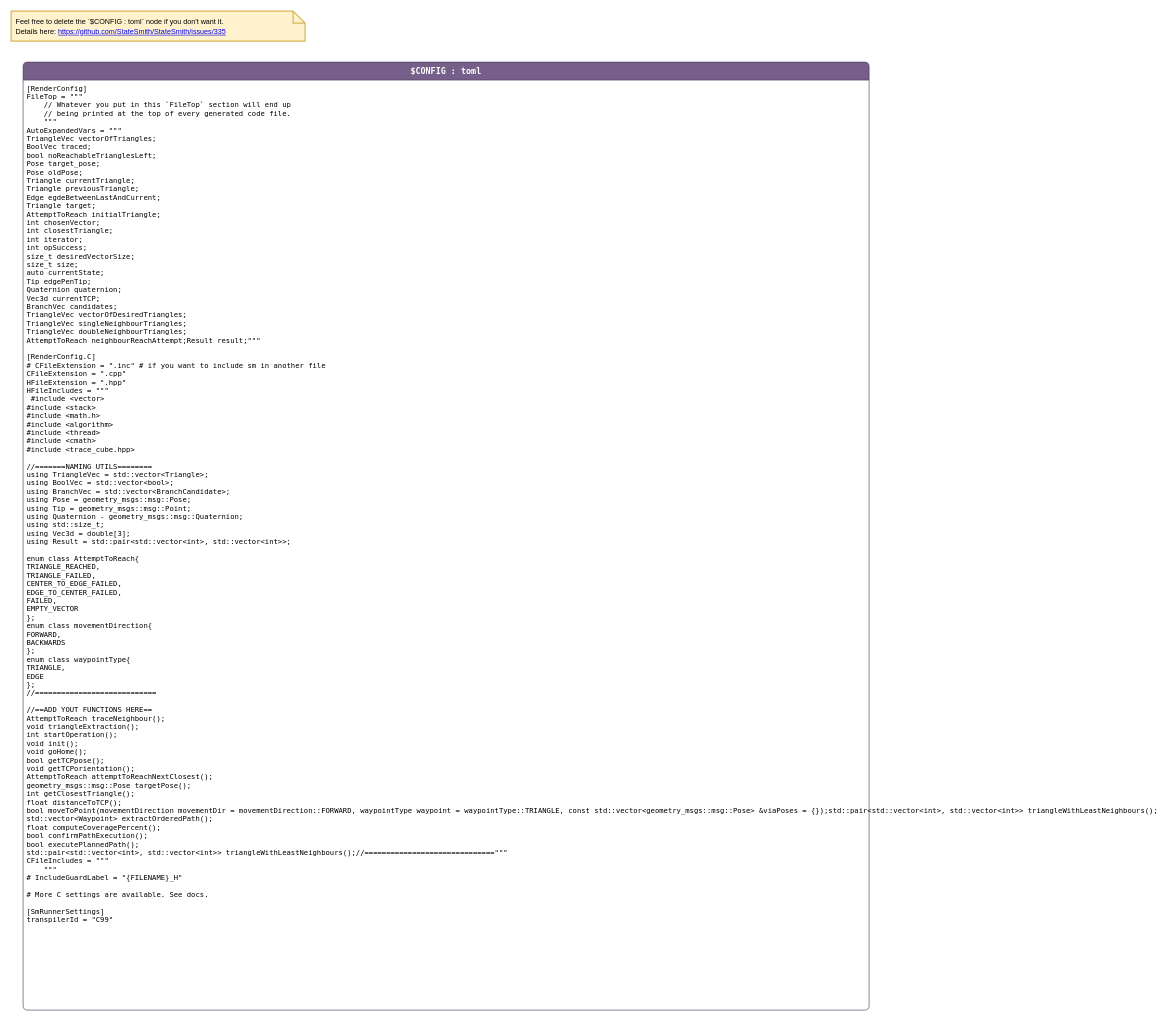
shauryachanana/ur5e_surface_path keeps this draw.io diagram as page "config" (2 of 3) of stateMachineIKU/tracingStateMachine.drawio. Above is the earlier version. Source tidied: cells renumbered, new cells numbered last; positions are measured from the earlier drawing's top-left corner, leaving out a move shared by most shapes. Both pictures are drawn from the tidied source at 60%, with x=0, y=0 at pixel (11, 11).
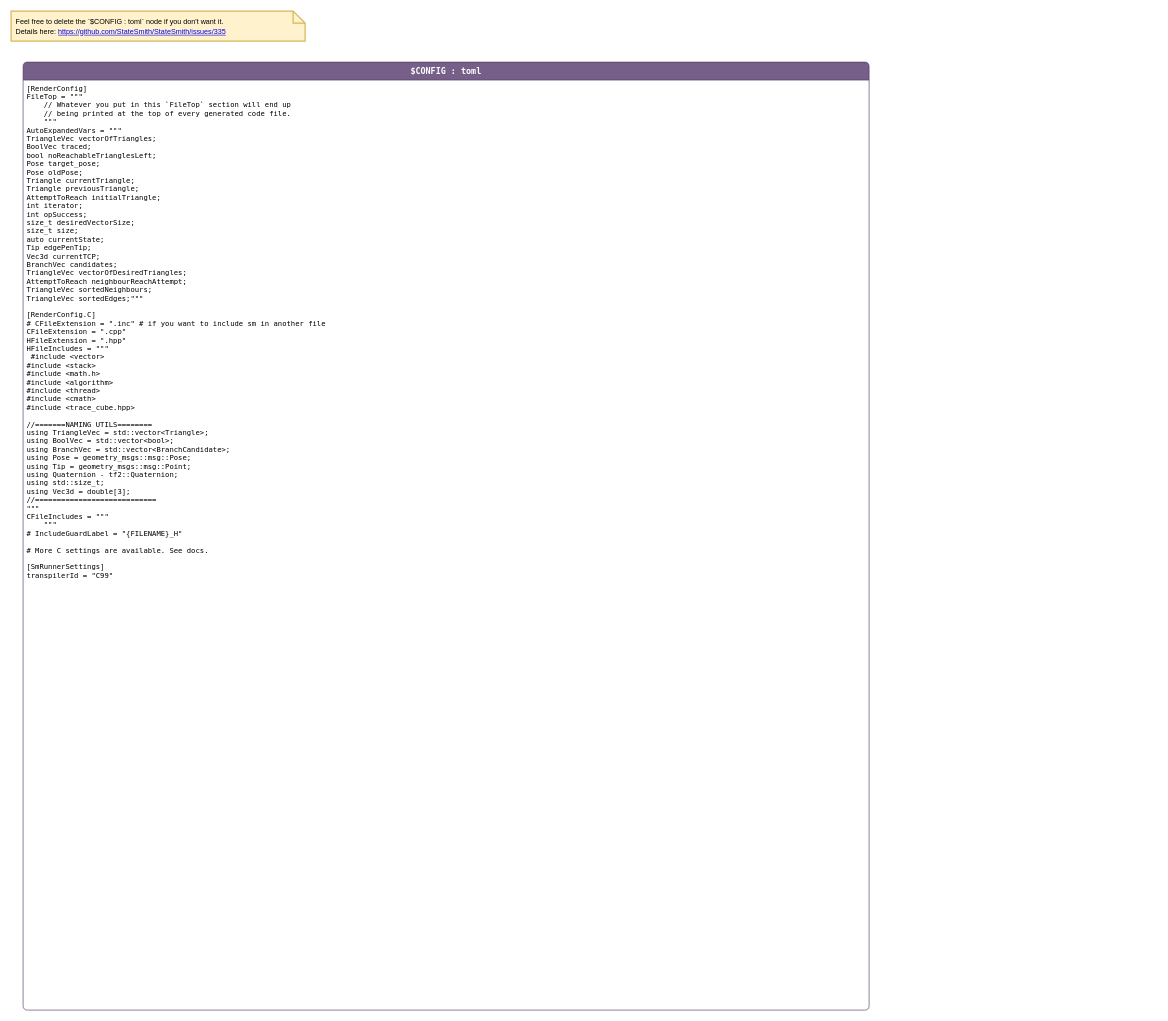
After the change.

Commit message (it also covers changes not shown here):
refactor: wip code changes to original files

Diff of the diagram source:
```diff
@@
 <mxGraphModel>
   <root>
     <mxCell id="0" />
     <mxCell id="1" parent="0" />
     <mxCell id="2" value="$CONFIG : toml" style="shape=swimlane;align=center;verticalAlign=top;fontFamily=Lucida Console;startSize=30;fontSize=14;fontStyle=1;swimlaneFillColor=default;rounded=1;arcSize=15;absoluteArcSize=1;fillColor=#76608a;strokeColor=#432D57;fontColor=#ffffff;" parent="1" vertex="1">
       <mxGeometry x="20" y="85" width="1410" height="1580" as="geometry" />
     </mxCell>
-    <mxCell id="3" value="[RenderConfig]&#10;FileTop = &quot;&quot;&quot;&#10;    // Whatever you put in this `FileTop` section will end up &#10;    // being printed at the top of every generated code file.&#10;    &quot;&quot;&quot;&#10;AutoExpandedVars = &quot;&quot;&quot;&#10;TriangleVec vectorOfTriangles; &#10;    BoolVec traced; &#10;bool noReachableTrianglesLeft;&#10;    Pose target_pose; &#10;Pose oldPose;&#10;    Triangle currentTriangle;&#10;Triangle previousTriangle;&#10;Edge egdeBetweenLastAndCurrent; &#10;    Triangle target; &#10;    AttemptToReach initialTriangle; &#10;    int chosenVector;&#10;    int closestTriangle; &#10;    int iterator; &#10;    int opSuccess; &#10;    size_t desiredVectorSize; &#10;    size_t size; &#10;auto currentState;&#10;Tip edgePenTip;&#10;Quaternion quaternion;&#10;    Vec3d currentTCP; &#10;BranchVec candidates;&#10;    TriangleVec vectorOfDesiredTriangles; &#10;    TriangleVec singleNeighbourTriangles; &#10;    TriangleVec doubleNeighbourTriangles;&#10;AttemptToReach neighbourReachAttempt;Result result;&quot;&quot;&quot;&#10;&#10;[RenderConfig.C]&#10;# CFileExtension = &quot;.inc&quot; # if you want to include sm in another file&#10;CFileExtension = &quot;.cpp&quot;&#10;HFileExtension = &quot;.hpp&quot;&#10;HFileIncludes = &quot;&quot;&quot;&#10; #include &lt;vector&gt;&#10;#include &lt;stack&gt;&#10;#include &lt;math.h&gt;&#10;#include &lt;algorithm&gt;&#10;#include &lt;thread&gt;&#10;#include &lt;cmath&gt;   &#10;#include &lt;trace_cube.hpp&gt;&#10;&#10;//=======NAMING UTILS========&#10;using TriangleVec = std::vector&lt;Triangle&gt;;&#10;using BoolVec = std::vector&lt;bool&gt;;&#10;using BranchVec = std::vector&lt;BranchCandidate&gt;;&#10;using Pose = geometry_msgs::msg::Pose;&#10;using Tip = geometry_msgs::msg::Point;&#10;using Quaternion - geometry_msgs::msg::Quaternion;&#10;using std::size_t;&#10;using Vec3d = double[3];&#10;using Result = std::pair&lt;std::vector&lt;int&gt;, std::vector&lt;int&gt;&gt;;&#10;&#10;enum class AttemptToReach{&#10;    TRIANGLE_REACHED,&#10;    TRIANGLE_FAILED,&#10;    CENTER_TO_EDGE_FAILED,&#10;    EDGE_TO_CENTER_FAILED,&#10;    FAILED,&#10;    EMPTY_VECTOR&#10;};&#10;enum class movementDirection{&#10;    FORWARD,&#10;    BACKWARDS&#10;};&#10;enum class waypointType{&#10;    TRIANGLE,&#10;    EDGE&#10;};&#10;//============================&#10;&#10;//==ADD YOUT FUNCTIONS HERE==&#10;AttemptToReach traceNeighbour();&#10;void triangleExtraction();&#10;int startOperation();&#10;void init();&#10;void goHome();&#10;bool getTCPpose();&#10;void getTCPorientation();&#10;AttemptToReach attemptToReachNextClosest();&#10;geometry_msgs::msg::Pose targetPose();&#10;int getClosestTriangle();&#10;float distanceToTCP();&#10;bool moveToPoint(movementDirection movementDir = movementDirection::FORWARD, waypointType waypoint = waypointType::TRIANGLE, const std::vector&lt;geometry_msgs::msg::Pose&gt; &amp;viaPoses = {});std::pair&lt;std::vector&lt;int&gt;, std::vector&lt;int&gt;&gt; triangleWithLeastNeighbours();&#10;std::vector&lt;Waypoint&gt; extractOrderedPath();&#10;float computeCoveragePercent();&#10;bool confirmPathExecution();&#10;bool executePlannedPath();&#10;std::pair&lt;std::vector&lt;int&gt;, std::vector&lt;int&gt;&gt; triangleWithLeastNeighbours();//==============================&quot;&quot;&quot;&#10;CFileIncludes = &quot;&quot;&quot;&#10;    &quot;&quot;&quot;&#10;# IncludeGuardLabel = &quot;{FILENAME}_H&quot;&#10;&#10;# More C settings are available. See docs.&#10;&#10;[SmRunnerSettings]&#10;transpilerId = &quot;C99&quot;" style="fontFamily=Lucida Console;align=left;verticalAlign=top;fillColor=none;gradientColor=none;strokeColor=none;rounded=0;spacingLeft=4;" parent="2" vertex="1">
-      <mxGeometry y="30" width="1410" height="1450" as="geometry" />
+    <mxCell id="3" value="[RenderConfig]&#10;FileTop = &quot;&quot;&quot;&#10;    // Whatever you put in this `FileTop` section will end up &#10;    // being printed at the top of every generated code file.&#10;    &quot;&quot;&quot;&#10;AutoExpandedVars = &quot;&quot;&quot;&#10;    TriangleVec vectorOfTriangles; &#10;    BoolVec traced; &#10;    bool noReachableTrianglesLeft;&#10;    Pose target_pose; &#10;    Pose oldPose;&#10;    Triangle currentTriangle;&#10;    Triangle previousTriangle;&#10;    AttemptToReach initialTriangle;&#10;    int iterator; &#10;    int opSuccess; &#10;    size_t desiredVectorSize; &#10;    size_t size; &#10;    auto currentState;&#10;    Tip edgePenTip;&#10;    Vec3d currentTCP; &#10;    BranchVec candidates;&#10;    TriangleVec vectorOfDesiredTriangles; &#10;AttemptToReach neighbourReachAttempt;&#10;TriangleVec sortedNeighbours;&#10;TriangleVec sortedEdges;&quot;&quot;&quot;&#10;&#10;[RenderConfig.C]&#10;# CFileExtension = &quot;.inc&quot; # if you want to include sm in another file&#10;CFileExtension = &quot;.cpp&quot;&#10;HFileExtension = &quot;.hpp&quot;&#10;HFileIncludes = &quot;&quot;&quot;&#10; #include &lt;vector&gt;&#10;#include &lt;stack&gt;&#10;#include &lt;math.h&gt;&#10;#include &lt;algorithm&gt;&#10;#include &lt;thread&gt;&#10;#include &lt;cmath&gt;   &#10;#include &lt;trace_cube.hpp&gt;&#10;&#10;//=======NAMING UTILS========&#10;using TriangleVec = std::vector&lt;Triangle&gt;;&#10;using BoolVec = std::vector&lt;bool&gt;;&#10;using BranchVec = std::vector&lt;BranchCandidate&gt;;&#10;using Pose = geometry_msgs::msg::Pose;&#10;using Tip = geometry_msgs::msg::Point;&#10;using Quaternion - tf2::Quaternion;&#10;using std::size_t;&#10;using Vec3d = double[3];&#10;//============================&#10;&quot;&quot;&quot;&#10;CFileIncludes = &quot;&quot;&quot;&#10;    &quot;&quot;&quot;&#10;# IncludeGuardLabel = &quot;{FILENAME}_H&quot;&#10;&#10;# More C settings are available. See docs.&#10;&#10;[SmRunnerSettings]&#10;transpilerId = &quot;C99&quot;" style="fontFamily=Lucida Console;align=left;verticalAlign=top;fillColor=none;gradientColor=none;strokeColor=none;rounded=0;spacingLeft=4;" parent="2" vertex="1">
+      <mxGeometry y="30" width="350" height="860" as="geometry" />
     </mxCell>
     <mxCell id="4" value="&lt;span style=&quot;color: rgb(0, 0, 0); font-size: 12px;&quot;&gt;Feel free to delete the `$CONFIG : toml` node if you don't want it.&lt;/span&gt;&lt;br style=&quot;color: rgb(0, 0, 0); font-size: 12px;&quot;&gt;&lt;span style=&quot;color: rgb(0, 0, 0); font-size: 12px;&quot;&gt;Details here:&amp;nbsp;&lt;/span&gt;&lt;a style=&quot;font-size: 12px;&quot; href=&quot;https://github.com/StateSmith/StateSmith/issues/335&quot;&gt;https://github.com/StateSmith/StateSmith/issues/335&lt;/a&gt;" style="shape=note;strokeWidth=2;fontSize=14;size=20;whiteSpace=wrap;html=1;fillColor=#fff2cc;strokeColor=#d6b656;fontColor=#2B2B00;align=left;spacingLeft=6;" parent="1" vertex="1">
       <mxGeometry width="490" height="50" as="geometry" />
     </mxCell>
   </root>
 </mxGraphModel>
```
